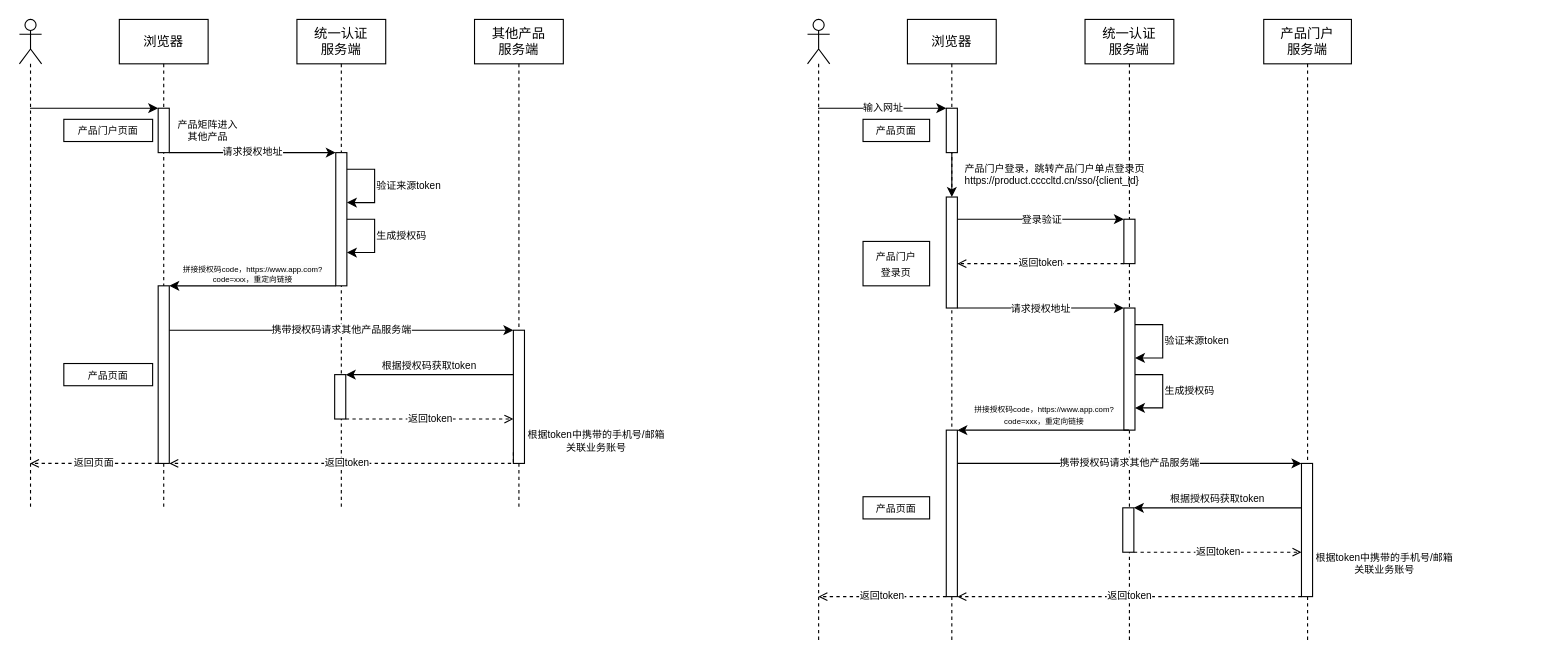
Qunz/drawio keeps this draw.io diagram as page "登录交互" (5 of 5) of others/产品中心.drawio. Above is the earlier version. Source tidied: cells renumbered, new cells numbered last; positions are measured from the earlier drawing's top-left corner, leaving out a move shared by most shapes. Both pictures are drawn from the tidied source at 111%, with x=0, y=0 at pixel (19, 19).
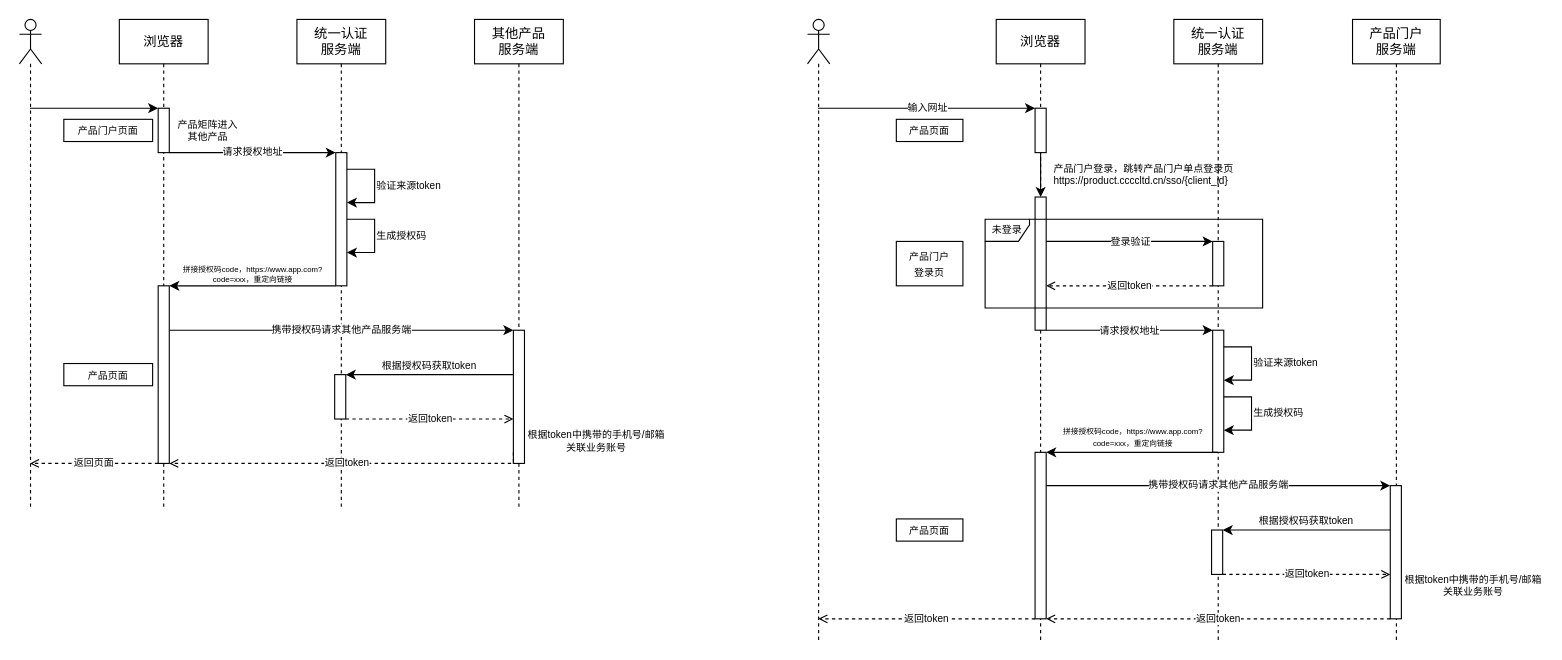
The same diagram, later.

Commit message:
更新产品中心.drawio

Diff of the diagram source:
```diff
@@
     <mxCell id="20" value="浏览器" style="shape=umlLifeline;perimeter=lifelinePerimeter;whiteSpace=wrap;html=1;newEdgeStyle={&quot;curved&quot;:0,&quot;rounded&quot;:0};" parent="1" vertex="1">
-      <mxGeometry x="800" width="80" height="560" as="geometry" />
+      <mxGeometry x="880" width="80" height="560" as="geometry" />
     </mxCell>
@@
     <mxCell id="22" style="html=1;points=[[0,0,0,0,5],[0,1,0,0,-5],[1,0,0,0,5],[1,1,0,0,-5]];perimeter=orthogonalPerimeter;outlineConnect=0;targetShapes=umlLifeline;portConstraint=eastwest;newEdgeStyle={&quot;curved&quot;:0,&quot;rounded&quot;:0};" parent="20" vertex="1">
-      <mxGeometry x="35" y="160" width="10" height="100" as="geometry" />
+      <mxGeometry x="35" y="160" width="10" height="120" as="geometry" />
     </mxCell>
@@
     <mxCell id="24" style="html=1;points=[[0,0,0,0,5],[0,1,0,0,-5],[1,0,0,0,5],[1,1,0,0,-5]];perimeter=orthogonalPerimeter;outlineConnect=0;targetShapes=umlLifeline;portConstraint=eastwest;newEdgeStyle={&quot;curved&quot;:0,&quot;rounded&quot;:0};" parent="20" vertex="1">
-      <mxGeometry x="35" y="370" width="10" height="150" as="geometry" />
+      <mxGeometry x="35" y="390" width="10" height="150" as="geometry" />
     </mxCell>
     <mxCell id="25" value="统一认证&lt;div&gt;服务端&lt;/div&gt;" style="shape=umlLifeline;perimeter=lifelinePerimeter;whiteSpace=wrap;html=1;newEdgeStyle={&quot;curved&quot;:0,&quot;rounded&quot;:0};" parent="1" vertex="1">
-      <mxGeometry x="960" width="80" height="560" as="geometry" />
+      <mxGeometry x="1040" width="80" height="560" as="geometry" />
     </mxCell>
     <mxCell id="26" style="html=1;points=[[0,0,0,0,5],[0,1,0,0,-5],[1,0,0,0,5],[1,1,0,0,-5]];perimeter=orthogonalPerimeter;outlineConnect=0;targetShapes=umlLifeline;portConstraint=eastwest;newEdgeStyle={&quot;curved&quot;:0,&quot;rounded&quot;:0};" parent="25" vertex="1">
-      <mxGeometry x="35" y="180" width="10" height="40" as="geometry" />
+      <mxGeometry x="35" y="200" width="10" height="40" as="geometry" />
     </mxCell>
     <mxCell id="27" style="html=1;points=[[0,0,0,0,5],[0,1,0,0,-5],[1,0,0,0,5],[1,1,0,0,-5]];perimeter=orthogonalPerimeter;outlineConnect=0;targetShapes=umlLifeline;portConstraint=eastwest;newEdgeStyle={&quot;curved&quot;:0,&quot;rounded&quot;:0};" parent="25" vertex="1">
-      <mxGeometry x="35" y="260" width="10" height="110" as="geometry" />
+      <mxGeometry x="35" y="280" width="10" height="110" as="geometry" />
     </mxCell>
     <mxCell id="28" value="&lt;div style=&quot;text-align: center;&quot;&gt;&lt;span style=&quot;background-color: light-dark(#ffffff, var(--ge-dark-color, #121212)); color: light-dark(rgb(0, 0, 0), rgb(255, 255, 255));&quot;&gt;验证来源token&lt;/span&gt;&lt;/div&gt;" style="edgeStyle=orthogonalEdgeStyle;rounded=0;orthogonalLoop=1;jettySize=auto;html=1;curved=0;fontSize=9;labelPosition=right;verticalLabelPosition=middle;align=left;verticalAlign=middle;" parent="25" edge="1" source="27" target="27">
       <mxGeometry relative="1" as="geometry">
         <Array as="points">
-          <mxPoint x="70" y="275" />
-          <mxPoint x="70" y="305" />
+          <mxPoint x="70" y="295" />
+          <mxPoint x="70" y="325" />
         </Array>
       </mxGeometry>
     </mxCell>
     <mxCell id="29" value="&lt;div style=&quot;text-align: center;&quot;&gt;生成授权码&lt;/div&gt;" style="edgeStyle=orthogonalEdgeStyle;rounded=0;orthogonalLoop=1;jettySize=auto;html=1;curved=0;fontSize=9;labelPosition=right;verticalLabelPosition=middle;align=left;verticalAlign=middle;" parent="25" edge="1" source="27" target="27">
       <mxGeometry relative="1" as="geometry">
         <Array as="points">
-          <mxPoint x="70" y="320" />
-          <mxPoint x="70" y="350" />
+          <mxPoint x="70" y="340" />
+          <mxPoint x="70" y="370" />
         </Array>
       </mxGeometry>
     </mxCell>
     <mxCell id="30" value="返回token" style="rounded=0;jettySize=auto;html=1;fontSize=9;dashed=1;endArrow=open;endFill=0;" parent="1" edge="1" source="26">
       <mxGeometry relative="1" as="geometry">
-        <mxPoint x="845" y="220" as="targetPoint" />
+        <mxPoint x="925" y="240" as="targetPoint" />
       </mxGeometry>
     </mxCell>
     <mxCell id="31" value="&lt;span style=&quot;font-size: 7px;&quot;&gt;拼接授权码code，&lt;/span&gt;&lt;span style=&quot;color: light-dark(rgb(0, 0, 0), rgb(255, 255, 255)); font-size: 7px; text-wrap-mode: wrap; background-color: light-dark(rgb(251, 251, 251), rgb(21, 21, 21));&quot;&gt;https://www.app.com?code=xxx，重定向&lt;/span&gt;&lt;span style=&quot;color: light-dark(rgb(0, 0, 0), rgb(255, 255, 255)); font-size: 7px; text-wrap-mode: wrap; background-color: light-dark(rgb(251, 251, 251), rgb(21, 21, 21));&quot;&gt;链接&lt;/span&gt;" style="html=1;verticalAlign=bottom;endArrow=classic;endSize=6;rounded=0;fontSize=9;endFill=1;" parent="1" edge="1">
       <mxGeometry relative="1" as="geometry">
-        <mxPoint x="999.5" y="370" as="sourcePoint" />
-        <mxPoint x="845" y="370" as="targetPoint" />
+        <mxPoint x="1079.5" y="390" as="sourcePoint" />
+        <mxPoint x="925" y="390" as="targetPoint" />
       </mxGeometry>
     </mxCell>
     <mxCell id="32" value="产品门户&lt;br&gt;服务端" style="shape=umlLifeline;perimeter=lifelinePerimeter;whiteSpace=wrap;html=1;newEdgeStyle={&quot;curved&quot;:0,&quot;rounded&quot;:0};" parent="1" vertex="1">
-      <mxGeometry x="1121" width="79" height="560" as="geometry" />
+      <mxGeometry x="1201" width="79" height="560" as="geometry" />
     </mxCell>
     <mxCell id="33" style="html=1;perimeter=orthogonalPerimeter;targetShapes=umlLifeline;newEdgeStyle={&quot;curved&quot;:0,&quot;rounded&quot;:0};" parent="32" vertex="1">
-      <mxGeometry x="-127" y="440" width="10" height="40" as="geometry" />
+      <mxGeometry x="-127" y="460" width="10" height="40" as="geometry" />
     </mxCell>
     <mxCell id="34" style="html=1;points=[[0,0,0,0,5],[0,1,0,0,-5],[1,0,0,0,5],[1,1,0,0,-5]];perimeter=orthogonalPerimeter;outlineConnect=0;targetShapes=umlLifeline;portConstraint=eastwest;newEdgeStyle={&quot;curved&quot;:0,&quot;rounded&quot;:0};" parent="32" vertex="1">
-      <mxGeometry x="34" y="400" width="10" height="120" as="geometry" />
+      <mxGeometry x="34" y="420" width="10" height="120" as="geometry" />
     </mxCell>
     <mxCell id="35" value="携带授权码请求其他产品服务端" style="rounded=0;orthogonalLoop=1;jettySize=auto;html=1;fontSize=9;" parent="32" edge="1">
       <mxGeometry relative="1" as="geometry">
-        <mxPoint x="-276" y="400" as="sourcePoint" />
-        <mxPoint x="34" y="400" as="targetPoint" />
+        <mxPoint x="-276" y="420" as="sourcePoint" />
+        <mxPoint x="34" y="420" as="targetPoint" />
       </mxGeometry>
     </mxCell>
     <mxCell id="36" value="&lt;span style=&quot;text-wrap-mode: nowrap;&quot;&gt;根据token中携带的手机号/邮箱&lt;/span&gt;&lt;div&gt;&lt;span style=&quot;text-wrap-mode: nowrap;&quot;&gt;关联业务账号&lt;/span&gt;&lt;/div&gt;" style="text;html=1;align=center;verticalAlign=middle;rounded=0;fontSize=9;whiteSpace=wrap;" parent="32" vertex="1">
-      <mxGeometry x="49" y="480" width="120" height="20" as="geometry" />
+      <mxGeometry x="49" y="500" width="120" height="20" as="geometry" />
     </mxCell>
     <mxCell id="37" value="&lt;span style=&quot;color: rgb(0, 0, 0); font-family: Helvetica; font-size: 9px; font-style: normal; font-variant-ligatures: normal; font-variant-caps: normal; font-weight: 400; letter-spacing: normal; orphans: 2; text-align: center; text-indent: 0px; text-transform: none; widows: 2; word-spacing: 0px; -webkit-text-stroke-width: 0px; white-space: nowrap; background-color: rgb(255, 255, 255); text-decoration-thickness: initial; text-decoration-style: initial; text-decoration-color: initial; float: none; display: inline !important;&quot;&gt;根据授权码获取token&lt;/span&gt;" style="html=1;verticalAlign=bottom;endArrow=classic;endSize=6;rounded=0;fontSize=9;endFill=1;" parent="32" edge="1">
       <mxGeometry relative="1" as="geometry">
-        <mxPoint x="34" y="440" as="sourcePoint" />
-        <mxPoint x="-117" y="440" as="targetPoint" />
+        <mxPoint x="34" y="460" as="sourcePoint" />
+        <mxPoint x="-117" y="460" as="targetPoint" />
       </mxGeometry>
     </mxCell>
     <mxCell id="38" value="返回token" style="edgeStyle=orthogonalEdgeStyle;rounded=0;orthogonalLoop=1;jettySize=auto;html=1;curved=0;fontSize=9;dashed=1;endArrow=open;endFill=0;" parent="32" edge="1">
       <mxGeometry relative="1" as="geometry">
-        <mxPoint x="-117" y="480" as="sourcePoint" />
-        <mxPoint x="34" y="480" as="targetPoint" />
+        <mxPoint x="-117" y="500" as="sourcePoint" />
+        <mxPoint x="34" y="500" as="targetPoint" />
       </mxGeometry>
     </mxCell>
     <mxCell id="39" value="返回token" style="rounded=0;jettySize=auto;html=1;fontSize=9;dashed=1;endArrow=open;endFill=0;" parent="32" edge="1" source="34">
       <mxGeometry relative="1" as="geometry">
-        <mxPoint x="-276" y="520" as="targetPoint" />
+        <mxPoint x="-276" y="540" as="targetPoint" />
       </mxGeometry>
     </mxCell>
     <mxCell id="40" style="rounded=0;jettySize=auto;html=1;" parent="1" edge="1" target="26">
       <mxGeometry relative="1" as="geometry">
-        <mxPoint x="845" y="180" as="sourcePoint" />
+        <mxPoint x="925" y="200" as="sourcePoint" />
       </mxGeometry>
     </mxCell>
@@
     <mxCell id="42" value="&lt;span style=&quot;font-size: 9px;&quot;&gt;请求授权地址&lt;/span&gt;" style="rounded=0;jettySize=auto;html=1;" parent="1" edge="1" target="27">
       <mxGeometry relative="1" as="geometry">
-        <mxPoint x="845" y="260" as="sourcePoint" />
+        <mxPoint x="925" y="280" as="sourcePoint" />
       </mxGeometry>
     </mxCell>
@@
     <mxCell id="48" value="&lt;span style=&quot;font-size: 9px; text-align: left; text-wrap-mode: nowrap; background-color: rgb(255, 255, 255);&quot;&gt;产品门户&lt;br&gt;登录页&lt;/span&gt;" style="text;html=1;align=center;verticalAlign=middle;whiteSpace=wrap;rounded=0;strokeColor=default;" parent="1" vertex="1">
-      <mxGeometry x="760" y="200" width="60" height="40" as="geometry" />
+      <mxGeometry x="790" y="200" width="60" height="40" as="geometry" />
     </mxCell>
-    <mxCell id="49" value="返回token" style="rounded=0;orthogonalLoop=1;jettySize=auto;html=1;fontSize=9;dashed=1;endArrow=open;endFill=0;" parent="1" edge="1">
+    <mxCell id="49" value="返回token" style="rounded=0;jettySize=auto;html=1;fontSize=9;dashed=1;endArrow=open;endFill=0;" parent="1" edge="1" source="24">
       <mxGeometry relative="1" as="geometry">
-        <mxPoint x="835" y="520" as="sourcePoint" />
-        <mxPoint x="719.8" y="520" as="targetPoint" />
+        <mxPoint x="719.8" y="540" as="targetPoint" />
       </mxGeometry>
     </mxCell>
     <mxCell id="50" value="&lt;span style=&quot;font-size: 9px; text-align: left; text-wrap-mode: nowrap; background-color: rgb(255, 255, 255);&quot;&gt;产品页面&lt;/span&gt;" style="text;html=1;align=center;verticalAlign=middle;whiteSpace=wrap;rounded=0;strokeColor=default;" parent="1" vertex="1">
-      <mxGeometry x="760" y="90" width="60" height="20" as="geometry" />
+      <mxGeometry x="790" y="90" width="60" height="20" as="geometry" />
     </mxCell>
     <mxCell id="51" value="&lt;span style=&quot;font-size: 9px; text-align: left; text-wrap-mode: nowrap; background-color: rgb(255, 255, 255);&quot;&gt;产品页面&lt;/span&gt;" style="text;html=1;align=center;verticalAlign=middle;whiteSpace=wrap;rounded=0;strokeColor=default;" parent="1" vertex="1">
-      <mxGeometry x="760" y="430" width="60" height="20" as="geometry" />
+      <mxGeometry x="790" y="450" width="60" height="20" as="geometry" />
     </mxCell>
@@
+    <mxCell id="54" value="未登录" style="shape=umlFrame;whiteSpace=wrap;html=1;width=40;height=20;fontSize=9;" parent="1" vertex="1">
+      <mxGeometry x="870" y="180" width="250" height="80" as="geometry" />
+    </mxCell>
```
